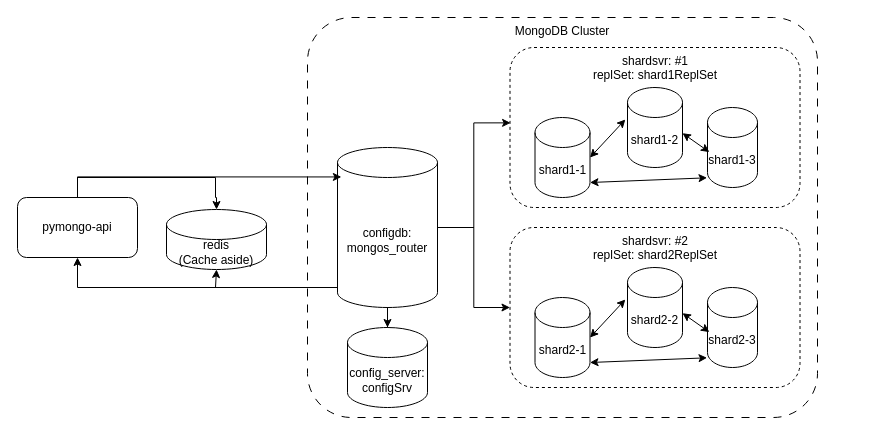
Earlier version of the draw.io diagram schemas/task1-3.drawio (mironsv/architecture-black_friday). Source tidied: cells renumbered, new cells numbered last; positions are measured from the earlier drawing's top-left corner, leaving out a move shared by most shapes. Both pictures are drawn from the tidied source at 100%, with x=0, y=0 at pixel (17, 17).
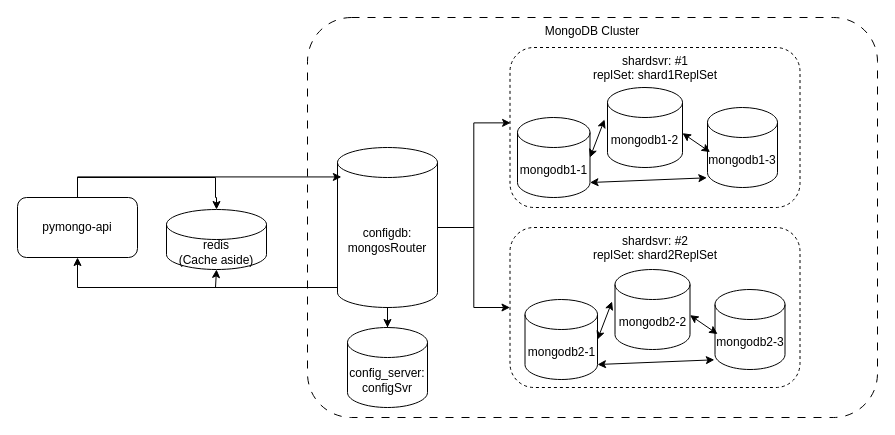
Above is the later version.

Commit message (it also covers changes not shown here):
Task2 Add mongo-sharding

The edit, as a diff of the source:
```diff
@@
     <mxCell id="3" value="MongoDB Cluster" style="rounded=1;whiteSpace=wrap;html=1;fillColor=none;dashed=1;dashPattern=8 8;arcSize=11;verticalAlign=top;" parent="1" vertex="1">
-      <mxGeometry x="290" width="510" height="400" as="geometry" />
+      <mxGeometry x="290" width="570" height="400" as="geometry" />
     </mxCell>
@@
-    <mxCell id="6" value="&lt;div&gt;configdb:&lt;br&gt;mongos_router&lt;/div&gt;" style="shape=cylinder3;whiteSpace=wrap;html=1;boundedLbl=1;backgroundOutline=1;size=15;" parent="1" vertex="1">
+    <mxCell id="6" value="&lt;div&gt;configdb:&lt;br&gt;mongosRouter&lt;/div&gt;" style="shape=cylinder3;whiteSpace=wrap;html=1;boundedLbl=1;backgroundOutline=1;size=15;" parent="1" vertex="1">
       <mxGeometry x="320" y="130" width="100" height="160" as="geometry" />
     </mxCell>
@@
-    <mxCell id="9" value="&lt;div&gt;&lt;span style=&quot;background-color: transparent; color: light-dark(rgb(0, 0, 0), rgb(255, 255, 255));&quot;&gt;shard&lt;/span&gt;&lt;span style=&quot;background-color: transparent; color: light-dark(rgb(0, 0, 0), rgb(255, 255, 255));&quot;&gt;2-1&lt;/span&gt;&lt;/div&gt;" style="shape=cylinder3;whiteSpace=wrap;html=1;boundedLbl=1;backgroundOutline=1;size=15;" parent="1" vertex="1">
-      <mxGeometry x="517.5" y="280" width="55" height="80" as="geometry" />
-    </mxCell>
-    <mxCell id="10" value="&lt;div&gt;config_server:&lt;br&gt;configSrv&lt;/div&gt;" style="shape=cylinder3;whiteSpace=wrap;html=1;boundedLbl=1;backgroundOutline=1;size=15;" parent="1" vertex="1">
+    <mxCell id="10" value="&lt;div&gt;config_server:&lt;br&gt;configSvr&lt;/div&gt;" style="shape=cylinder3;whiteSpace=wrap;html=1;boundedLbl=1;backgroundOutline=1;size=15;" parent="1" vertex="1">
       <mxGeometry x="330" y="310" width="80" height="80" as="geometry" />
     </mxCell>
@@
-    <mxCell id="12" value="&lt;div&gt;&lt;span style=&quot;background-color: transparent; color: light-dark(rgb(0, 0, 0), rgb(255, 255, 255));&quot;&gt;shard&lt;/span&gt;&lt;span style=&quot;background-color: transparent; color: light-dark(rgb(0, 0, 0), rgb(255, 255, 255));&quot;&gt;2-2&lt;/span&gt;&lt;/div&gt;" style="shape=cylinder3;whiteSpace=wrap;html=1;boundedLbl=1;backgroundOutline=1;size=15;" parent="1" vertex="1">
-      <mxGeometry x="610" y="250" width="55" height="80" as="geometry" />
-    </mxCell>
-    <mxCell id="13" value="&lt;div&gt;&lt;span style=&quot;background-color: transparent; color: light-dark(rgb(0, 0, 0), rgb(255, 255, 255));&quot;&gt;shard&lt;/span&gt;&lt;span style=&quot;background-color: transparent; color: light-dark(rgb(0, 0, 0), rgb(255, 255, 255));&quot;&gt;2-3&lt;/span&gt;&lt;/div&gt;" style="shape=cylinder3;whiteSpace=wrap;html=1;boundedLbl=1;backgroundOutline=1;size=15;" parent="1" vertex="1">
-      <mxGeometry x="690" y="270" width="50" height="80" as="geometry" />
-    </mxCell>
-    <mxCell id="14" style="endArrow=classic;startArrow=classic;html=1;rounded=0;exitX=1;exitY=0.5;exitDx=0;exitDy=0;exitPerimeter=0;entryX=-0.039;entryY=0.4;entryDx=0;entryDy=0;entryPerimeter=0;" parent="1" edge="1" source="9" target="12">
-      <mxGeometry relative="1" as="geometry" />
-    </mxCell>
-    <mxCell id="15" style="endArrow=classic;startArrow=classic;html=1;rounded=0;entryX=0.037;entryY=0.557;entryDx=0;entryDy=0;entryPerimeter=0;exitX=1;exitY=0.571;exitDx=0;exitDy=0;exitPerimeter=0;" parent="1" edge="1" source="12" target="13">
-      <mxGeometry relative="1" as="geometry" />
-    </mxCell>
-    <mxCell id="16" style="endArrow=classic;startArrow=classic;html=1;rounded=0;entryX=-0.009;entryY=0.879;entryDx=0;entryDy=0;entryPerimeter=0;exitX=1;exitY=1;exitDx=0;exitDy=-15;exitPerimeter=0;" parent="1" edge="1" source="9" target="13">
-      <mxGeometry relative="1" as="geometry" />
-    </mxCell>
@@
-    <mxCell id="18" value="&lt;div&gt;&lt;span style=&quot;background-color: transparent; color: light-dark(rgb(0, 0, 0), rgb(255, 255, 255));&quot;&gt;shard1&lt;/span&gt;&lt;span style=&quot;background-color: transparent; color: light-dark(rgb(0, 0, 0), rgb(255, 255, 255));&quot;&gt;-1&lt;/span&gt;&lt;/div&gt;" style="shape=cylinder3;whiteSpace=wrap;html=1;boundedLbl=1;backgroundOutline=1;size=15;" parent="1" vertex="1">
-      <mxGeometry x="517.5" y="100" width="55" height="80" as="geometry" />
+    <mxCell id="18" value="&lt;div&gt;&lt;span style=&quot;background-color: transparent;&quot;&gt;mongodb&lt;/span&gt;&lt;span style=&quot;background-color: transparent; color: light-dark(rgb(0, 0, 0), rgb(255, 255, 255));&quot;&gt;1&lt;/span&gt;&lt;span style=&quot;background-color: transparent; color: light-dark(rgb(0, 0, 0), rgb(255, 255, 255));&quot;&gt;-1&lt;/span&gt;&lt;/div&gt;" style="shape=cylinder3;whiteSpace=wrap;html=1;boundedLbl=1;backgroundOutline=1;size=15;" parent="1" vertex="1">
+      <mxGeometry x="500" y="100" width="72.5" height="80" as="geometry" />
     </mxCell>
-    <mxCell id="19" value="&lt;div&gt;&lt;span style=&quot;background-color: transparent; color: light-dark(rgb(0, 0, 0), rgb(255, 255, 255));&quot;&gt;shard1&lt;/span&gt;&lt;span style=&quot;background-color: transparent; color: light-dark(rgb(0, 0, 0), rgb(255, 255, 255));&quot;&gt;-2&lt;/span&gt;&lt;/div&gt;" style="shape=cylinder3;whiteSpace=wrap;html=1;boundedLbl=1;backgroundOutline=1;size=15;" parent="1" vertex="1">
-      <mxGeometry x="610" y="70" width="55" height="80" as="geometry" />
+    <mxCell id="19" value="&lt;div&gt;&lt;span style=&quot;background-color: transparent;&quot;&gt;mongodb1&lt;/span&gt;&lt;span style=&quot;background-color: transparent; color: light-dark(rgb(0, 0, 0), rgb(255, 255, 255));&quot;&gt;-2&lt;/span&gt;&lt;/div&gt;" style="shape=cylinder3;whiteSpace=wrap;html=1;boundedLbl=1;backgroundOutline=1;size=15;" parent="1" vertex="1">
+      <mxGeometry x="590" y="70" width="75" height="80" as="geometry" />
     </mxCell>
-    <mxCell id="20" value="&lt;div&gt;&lt;span style=&quot;background-color: transparent; color: light-dark(rgb(0, 0, 0), rgb(255, 255, 255));&quot;&gt;shard1&lt;/span&gt;&lt;span style=&quot;background-color: transparent; color: light-dark(rgb(0, 0, 0), rgb(255, 255, 255));&quot;&gt;-3&lt;/span&gt;&lt;/div&gt;" style="shape=cylinder3;whiteSpace=wrap;html=1;boundedLbl=1;backgroundOutline=1;size=15;" parent="1" vertex="1">
-      <mxGeometry x="690" y="90" width="50" height="80" as="geometry" />
+    <mxCell id="20" value="&lt;div&gt;&lt;span style=&quot;background-color: transparent;&quot;&gt;mongodb1&lt;/span&gt;&lt;span style=&quot;background-color: transparent; color: light-dark(rgb(0, 0, 0), rgb(255, 255, 255));&quot;&gt;-3&lt;/span&gt;&lt;/div&gt;" style="shape=cylinder3;whiteSpace=wrap;html=1;boundedLbl=1;backgroundOutline=1;size=15;" parent="1" vertex="1">
+      <mxGeometry x="690" y="90" width="70" height="80" as="geometry" />
     </mxCell>
@@
+    <mxCell id="28" value="&lt;div&gt;&lt;span style=&quot;background-color: transparent;&quot;&gt;mongodb2&lt;/span&gt;&lt;span style=&quot;background-color: transparent; color: light-dark(rgb(0, 0, 0), rgb(255, 255, 255));&quot;&gt;-1&lt;/span&gt;&lt;/div&gt;" style="shape=cylinder3;whiteSpace=wrap;html=1;boundedLbl=1;backgroundOutline=1;size=15;" parent="1" vertex="1">
+      <mxGeometry x="507.5" y="282" width="72.5" height="80" as="geometry" />
+    </mxCell>
+    <mxCell id="29" value="&lt;div&gt;&lt;span style=&quot;background-color: transparent;&quot;&gt;mongodb2&lt;/span&gt;&lt;span style=&quot;background-color: transparent; color: light-dark(rgb(0, 0, 0), rgb(255, 255, 255));&quot;&gt;-2&lt;/span&gt;&lt;/div&gt;" style="shape=cylinder3;whiteSpace=wrap;html=1;boundedLbl=1;backgroundOutline=1;size=15;" parent="1" vertex="1">
+      <mxGeometry x="597.5" y="252" width="75" height="80" as="geometry" />
+    </mxCell>
+    <mxCell id="30" value="&lt;div&gt;&lt;span style=&quot;background-color: transparent;&quot;&gt;mongodb2&lt;/span&gt;&lt;span style=&quot;background-color: transparent; color: light-dark(rgb(0, 0, 0), rgb(255, 255, 255));&quot;&gt;-3&lt;/span&gt;&lt;/div&gt;" style="shape=cylinder3;whiteSpace=wrap;html=1;boundedLbl=1;backgroundOutline=1;size=15;" parent="1" vertex="1">
+      <mxGeometry x="697.5" y="272" width="70" height="80" as="geometry" />
+    </mxCell>
+    <mxCell id="31" style="endArrow=classic;startArrow=classic;html=1;rounded=0;exitX=1;exitY=0.5;exitDx=0;exitDy=0;exitPerimeter=0;entryX=-0.039;entryY=0.4;entryDx=0;entryDy=0;entryPerimeter=0;" parent="1" edge="1" source="28" target="29">
+      <mxGeometry relative="1" as="geometry" />
+    </mxCell>
+    <mxCell id="32" style="endArrow=classic;startArrow=classic;html=1;rounded=0;entryX=0.037;entryY=0.557;entryDx=0;entryDy=0;entryPerimeter=0;exitX=1;exitY=0.571;exitDx=0;exitDy=0;exitPerimeter=0;" parent="1" edge="1" source="29" target="30">
+      <mxGeometry relative="1" as="geometry" />
+    </mxCell>
+    <mxCell id="33" style="endArrow=classic;startArrow=classic;html=1;rounded=0;entryX=-0.009;entryY=0.879;entryDx=0;entryDy=0;entryPerimeter=0;exitX=1;exitY=1;exitDx=0;exitDy=-15;exitPerimeter=0;" parent="1" edge="1" source="28" target="30">
+      <mxGeometry relative="1" as="geometry" />
+    </mxCell>
```
